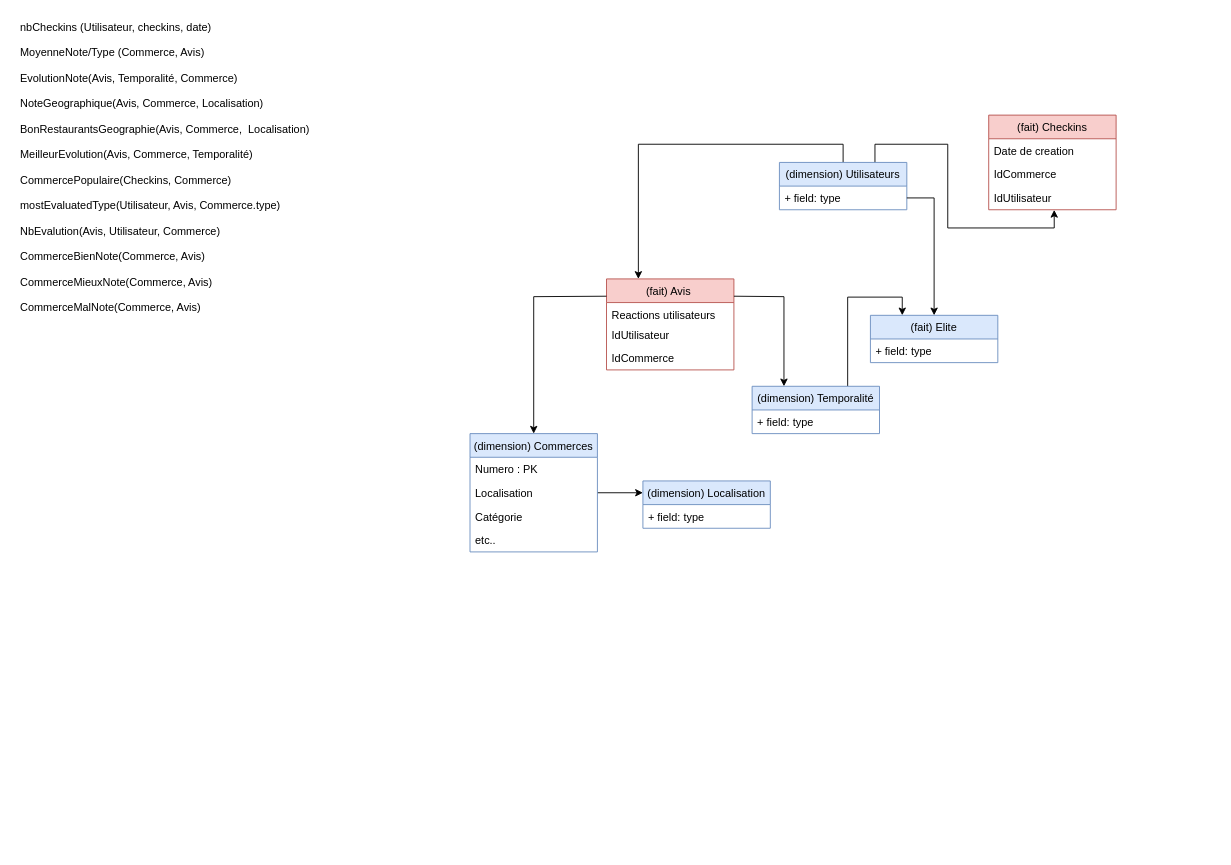
This is structure.drawio from FC-Dijkstra/YelpETL, a draw.io file, before an edit. Source tidied: cells renumbered, new cells numbered last; positions are measured from the earlier drawing's top-left corner, leaving out a move shared by most shapes. Both pictures are drawn from the tidied source at 91%, with x=0, y=0 at pixel (15, 15).
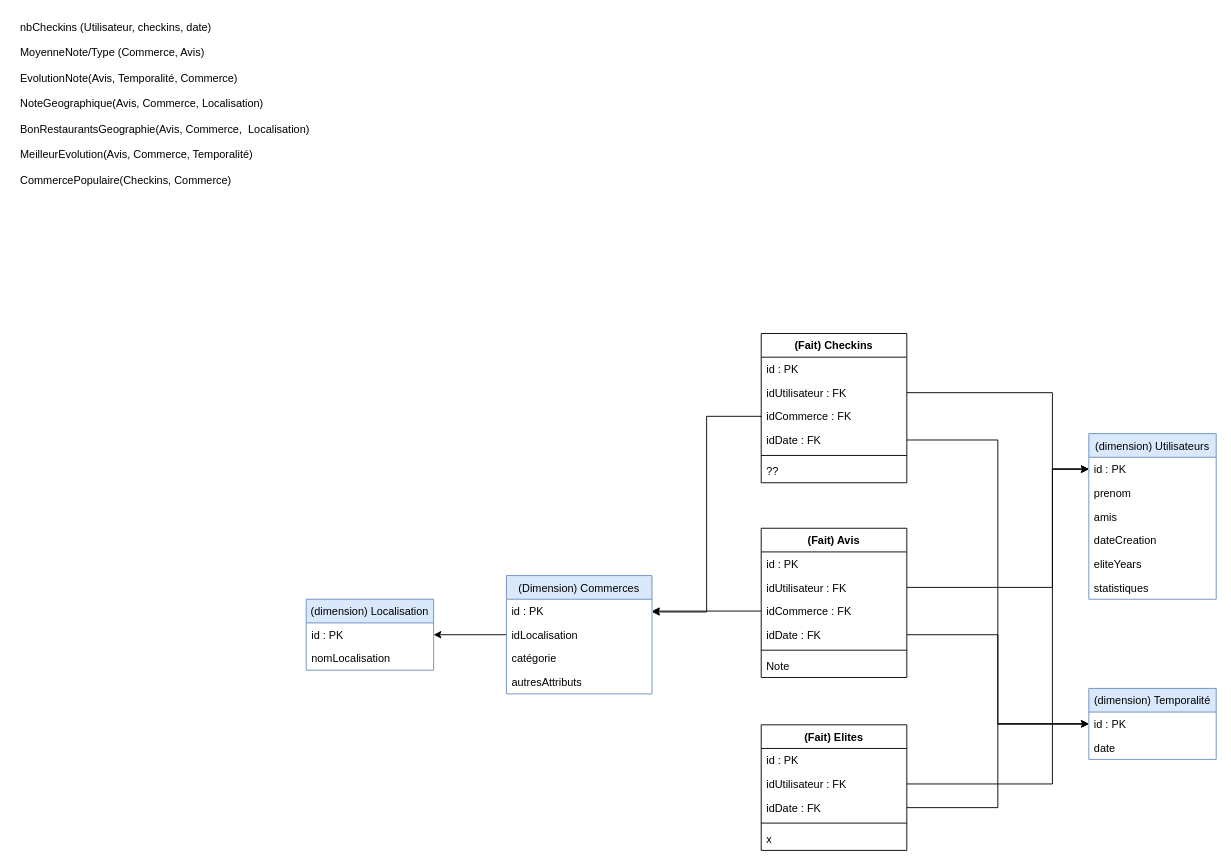
The same diagram, later.

The edit, as a diff of the source:
```diff
@@
-    <mxCell id="2" value="(fait) Avis " style="swimlane;fontStyle=0;horizontal=1;startSize=26;fillColor=#f8cecc;strokeColor=#b85450;" parent="1" vertex="1">
-      <mxGeometry x="650" y="290" width="140" height="100" as="geometry" />
-    </mxCell>
-    <mxCell id="3" value="Reactions utilisateurs" style="text;strokeColor=none;fillColor=none;align=left;verticalAlign=top;spacingLeft=4;spacingRight=4;overflow=hidden;" parent="2" vertex="1">
-      <mxGeometry y="26" width="140" height="22" as="geometry" />
-    </mxCell>
-    <mxCell id="4" value="IdUtilisateur" style="text;strokeColor=none;fillColor=none;align=left;verticalAlign=top;spacingLeft=4;spacingRight=4;overflow=hidden;" parent="2" vertex="1">
-      <mxGeometry y="48" width="140" height="26" as="geometry" />
-    </mxCell>
-    <mxCell id="5" value="IdCommerce" style="text;strokeColor=none;fillColor=none;align=left;verticalAlign=top;spacingLeft=4;spacingRight=4;overflow=hidden;" parent="2" vertex="1">
-      <mxGeometry y="74" width="140" height="26" as="geometry" />
-    </mxCell>
-    <mxCell id="6" value="(fait) Checkins" style="swimlane;fontStyle=0;horizontal=1;startSize=26;fillColor=#f8cecc;strokeColor=#b85450;" parent="1" vertex="1">
-      <mxGeometry x="1070" y="110" width="140" height="104" as="geometry" />
-    </mxCell>
-    <mxCell id="7" value="Date de creation" style="text;strokeColor=none;fillColor=none;align=left;verticalAlign=top;spacingLeft=4;spacingRight=4;overflow=hidden;" parent="6" vertex="1">
-      <mxGeometry y="26" width="140" height="26" as="geometry" />
-    </mxCell>
-    <mxCell id="8" value="IdCommerce" style="text;strokeColor=none;fillColor=none;align=left;verticalAlign=top;spacingLeft=4;spacingRight=4;overflow=hidden;" parent="6" vertex="1">
-      <mxGeometry y="52" width="140" height="26" as="geometry" />
-    </mxCell>
-    <mxCell id="9" value="IdUtilisateur" style="text;strokeColor=none;fillColor=none;align=left;verticalAlign=top;spacingLeft=4;spacingRight=4;overflow=hidden;points=[[0,0.5],[1,0.5]];portConstraint=eastwest;" parent="6" vertex="1">
-      <mxGeometry y="78" width="140" height="26" as="geometry" />
-    </mxCell>
-    <mxCell id="10" style="edgeStyle=orthogonalEdgeStyle;rounded=0;jettySize=auto;html=1;entryX=0;entryY=0.25;entryDx=0;entryDy=0;" parent="1" edge="1" source="11" target="16">
+    <mxCell id="10" style="edgeStyle=orthogonalEdgeStyle;rounded=0;jettySize=auto;html=1;entryX=1;entryY=0.5;entryDx=0;entryDy=0;" parent="1" edge="1" source="11" target="16">
       <mxGeometry relative="1" as="geometry" />
     </mxCell>
-    <mxCell id="11" value="(dimension) Commerces" style="swimlane;fontStyle=0;horizontal=1;startSize=26;fillColor=#dae8fc;strokeColor=#6c8ebf;" parent="1" vertex="1">
-      <mxGeometry x="500" y="460" width="140" height="130" as="geometry" />
+    <mxCell id="11" value="(Dimension) Commerces" style="swimlane;fontStyle=0;horizontal=1;startSize=26;fillColor=#dae8fc;strokeColor=#6c8ebf;" parent="1" vertex="1">
+      <mxGeometry x="540" y="616" width="160" height="130" as="geometry" />
     </mxCell>
-    <mxCell id="12" value="Numero : PK" style="text;strokeColor=none;fillColor=none;align=left;verticalAlign=top;spacingLeft=4;spacingRight=4;overflow=hidden;points=[[0,0.5],[1,0.5]];portConstraint=eastwest;" parent="11" vertex="1">
-      <mxGeometry y="26" width="140" height="26" as="geometry" />
+    <mxCell id="12" value="id : PK" style="text;strokeColor=none;fillColor=none;align=left;verticalAlign=top;spacingLeft=4;spacingRight=4;overflow=hidden;points=[[0,0.5],[1,0.5]];portConstraint=eastwest;" parent="11" vertex="1">
+      <mxGeometry y="26" width="160" height="26" as="geometry" />
     </mxCell>
-    <mxCell id="13" value="Localisation&#10;" style="text;strokeColor=none;fillColor=none;align=left;verticalAlign=top;spacingLeft=4;spacingRight=4;overflow=hidden;" parent="11" vertex="1">
-      <mxGeometry y="52" width="140" height="26" as="geometry" />
+    <mxCell id="13" value="idLocalisation" style="text;strokeColor=none;fillColor=none;align=left;verticalAlign=top;spacingLeft=4;spacingRight=4;overflow=hidden;" parent="11" vertex="1">
+      <mxGeometry y="52" width="160" height="26" as="geometry" />
     </mxCell>
-    <mxCell id="14" value="Catégorie" style="text;strokeColor=none;fillColor=none;align=left;verticalAlign=top;spacingLeft=4;spacingRight=4;overflow=hidden;" parent="11" vertex="1">
-      <mxGeometry y="78" width="140" height="26" as="geometry" />
+    <mxCell id="14" value="catégorie" style="text;strokeColor=none;fillColor=none;align=left;verticalAlign=top;spacingLeft=4;spacingRight=4;overflow=hidden;" parent="11" vertex="1">
+      <mxGeometry y="78" width="160" height="26" as="geometry" />
     </mxCell>
-    <mxCell id="15" value="etc.." style="text;strokeColor=none;fillColor=none;align=left;verticalAlign=top;spacingLeft=4;spacingRight=4;overflow=hidden;" parent="11" vertex="1">
-      <mxGeometry y="104" width="140" height="26" as="geometry" />
+    <mxCell id="15" value="autresAttributs" style="text;strokeColor=none;fillColor=none;align=left;verticalAlign=top;spacingLeft=4;spacingRight=4;overflow=hidden;" parent="11" vertex="1">
+      <mxGeometry y="104" width="160" height="26" as="geometry" />
     </mxCell>
     <mxCell id="16" value="(dimension) Localisation" style="swimlane;fontStyle=0;horizontal=1;startSize=26;fillColor=#dae8fc;strokeColor=#6c8ebf;" parent="1" vertex="1">
-      <mxGeometry x="690" y="512" width="140" height="52" as="geometry" />
+      <mxGeometry x="320" y="642" width="140" height="78" as="geometry" />
     </mxCell>
-    <mxCell id="17" value="+ field: type" style="text;strokeColor=none;fillColor=none;align=left;verticalAlign=top;spacingLeft=4;spacingRight=4;overflow=hidden;" parent="16" vertex="1">
+    <mxCell id="17" value="id : PK" style="text;strokeColor=none;fillColor=none;align=left;verticalAlign=top;spacingLeft=4;spacingRight=4;overflow=hidden;" parent="16" vertex="1">
       <mxGeometry y="26" width="140" height="26" as="geometry" />
     </mxCell>
-    <mxCell id="18" style="edgeStyle=orthogonalEdgeStyle;rounded=0;jettySize=auto;html=1;exitX=0.75;exitY=0;exitDx=0;exitDy=0;entryX=0.25;entryY=0;entryDx=0;entryDy=0;" parent="1" edge="1" source="19" target="25">
-      <mxGeometry relative="1" as="geometry" />
-    </mxCell>
+    <mxCell id="31" value="nomLocalisation" style="text;strokeColor=none;fillColor=none;align=left;verticalAlign=top;spacingLeft=4;spacingRight=4;overflow=hidden;" parent="16" vertex="1">
+      <mxGeometry y="52" width="140" height="26" as="geometry" />
+    </mxCell>
     <mxCell id="19" value="(dimension) Temporalité" style="swimlane;fontStyle=0;horizontal=1;startSize=26;fillColor=#dae8fc;strokeColor=#6c8ebf;" parent="1" vertex="1">
-      <mxGeometry x="810" y="408" width="140" height="52" as="geometry" />
+      <mxGeometry x="1180" y="740" width="140" height="78" as="geometry" />
     </mxCell>
-    <mxCell id="20" value="+ field: type" style="text;strokeColor=none;fillColor=none;align=left;verticalAlign=top;spacingLeft=4;spacingRight=4;overflow=hidden;points=[[0,0.5],[1,0.5]];portConstraint=eastwest;" parent="19" vertex="1">
+    <mxCell id="20" value="id : PK" style="text;strokeColor=none;fillColor=none;align=left;verticalAlign=top;spacingLeft=4;spacingRight=4;overflow=hidden;points=[[0,0.5],[1,0.5]];portConstraint=eastwest;" parent="19" vertex="1">
       <mxGeometry y="26" width="140" height="26" as="geometry" />
     </mxCell>
-    <mxCell id="21" style="edgeStyle=orthogonalEdgeStyle;rounded=0;jettySize=auto;html=1;exitX=0.5;exitY=0;exitDx=0;exitDy=0;entryX=0.25;entryY=0;entryDx=0;entryDy=0;" parent="1" edge="1" source="23" target="2">
-      <mxGeometry relative="1" as="geometry" />
-    </mxCell>
-    <mxCell id="22" style="edgeStyle=orthogonalEdgeStyle;rounded=0;jettySize=auto;html=1;exitX=0.75;exitY=0;exitDx=0;exitDy=0;entryX=0.514;entryY=1.006;entryDx=0;entryDy=0;entryPerimeter=0;" parent="1" edge="1" source="23" target="9">
-      <mxGeometry relative="1" as="geometry" />
-    </mxCell>
+    <mxCell id="32" value="date" style="text;strokeColor=none;fillColor=none;align=left;verticalAlign=top;spacingLeft=4;spacingRight=4;overflow=hidden;" parent="19" vertex="1">
+      <mxGeometry y="52" width="140" height="26" as="geometry" />
+    </mxCell>
     <mxCell id="23" value="(dimension) Utilisateurs" style="swimlane;fontStyle=0;horizontal=1;startSize=26;fillColor=#dae8fc;strokeColor=#6c8ebf;" parent="1" vertex="1">
-      <mxGeometry x="840" y="162" width="140" height="52" as="geometry" />
+      <mxGeometry x="1180" y="460" width="140" height="182" as="geometry" />
     </mxCell>
-    <mxCell id="24" value="+ field: type" style="text;strokeColor=none;fillColor=none;align=left;verticalAlign=top;spacingLeft=4;spacingRight=4;overflow=hidden;points=[[0,0.5],[1,0.5]];portConstraint=eastwest;" parent="23" vertex="1">
+    <mxCell id="24" value="id : PK&#10;" style="text;strokeColor=none;fillColor=none;align=left;verticalAlign=top;spacingLeft=4;spacingRight=4;overflow=hidden;points=[[0,0.5],[1,0.5]];portConstraint=eastwest;" parent="23" vertex="1">
       <mxGeometry y="26" width="140" height="26" as="geometry" />
     </mxCell>
-    <mxCell id="25" value="(fait) Elite" style="swimlane;fontStyle=0;horizontal=1;startSize=26;fillColor=#dae8fc;strokeColor=#6c8ebf;" parent="1" vertex="1">
-      <mxGeometry x="940" y="330" width="140" height="52" as="geometry" />
-    </mxCell>
-    <mxCell id="26" value="+ field: type" style="text;strokeColor=none;fillColor=none;align=left;verticalAlign=top;spacingLeft=4;spacingRight=4;overflow=hidden;" parent="25" vertex="1">
-      <mxGeometry y="26" width="140" height="26" as="geometry" />
-    </mxCell>
+    <mxCell id="33" value="prenom" style="text;strokeColor=none;fillColor=none;align=left;verticalAlign=top;spacingLeft=4;spacingRight=4;overflow=hidden;" parent="23" vertex="1">
+      <mxGeometry y="52" width="140" height="26" as="geometry" />
+    </mxCell>
+    <mxCell id="34" value="amis" style="text;strokeColor=none;fillColor=none;align=left;verticalAlign=top;spacingLeft=4;spacingRight=4;overflow=hidden;" parent="23" vertex="1">
+      <mxGeometry y="78" width="140" height="26" as="geometry" />
+    </mxCell>
+    <mxCell id="35" value="dateCreation" style="text;strokeColor=none;fillColor=none;align=left;verticalAlign=top;spacingLeft=4;spacingRight=4;overflow=hidden;" parent="23" vertex="1">
+      <mxGeometry y="104" width="140" height="26" as="geometry" />
+    </mxCell>
+    <mxCell id="36" value="eliteYears" style="text;strokeColor=none;fillColor=none;align=left;verticalAlign=top;spacingLeft=4;spacingRight=4;overflow=hidden;" parent="23" vertex="1">
+      <mxGeometry y="130" width="140" height="26" as="geometry" />
+    </mxCell>
+    <mxCell id="37" value="statistiques" style="text;strokeColor=none;fillColor=none;align=left;verticalAlign=top;spacingLeft=4;spacingRight=4;overflow=hidden;" parent="23" vertex="1">
+      <mxGeometry y="156" width="140" height="26" as="geometry" />
+    </mxCell>
-    <mxCell id="27" style="edgeStyle=orthogonalEdgeStyle;rounded=0;jettySize=auto;html=1;exitX=0;exitY=0.5;exitDx=0;exitDy=0;entryX=0.5;entryY=0;entryDx=0;entryDy=0;" parent="1" edge="1" target="11">
-      <mxGeometry relative="1" as="geometry">
-        <mxPoint x="650" y="309" as="sourcePoint" />
-      </mxGeometry>
+    <mxCell id="27" style="edgeStyle=orthogonalEdgeStyle;rounded=0;jettySize=auto;html=1;exitX=0;exitY=0.5;exitDx=0;exitDy=0;entryX=1;entryY=0.5;entryDx=0;entryDy=0;" parent="1" edge="1" source="41" target="12">
+      <mxGeometry relative="1" as="geometry" />
     </mxCell>
-    <mxCell id="28" style="edgeStyle=orthogonalEdgeStyle;rounded=0;jettySize=auto;html=1;exitX=1;exitY=0.5;exitDx=0;exitDy=0;entryX=0.25;entryY=0;entryDx=0;entryDy=0;" parent="1" edge="1" target="19">
-      <mxGeometry relative="1" as="geometry">
-        <mxPoint x="790" y="309" as="sourcePoint" />
-      </mxGeometry>
-    </mxCell>
-    <mxCell id="29" value="nbCheckins (Utilisateur, checkins, date)&#10;&#10;MoyenneNote/Type (Commerce, Avis)&#10;&#10;EvolutionNote(Avis, Temporalité, Commerce)&#10;&#10;NoteGeographique(Avis, Commerce, Localisation)&#10;&#10;BonRestaurantsGeographie(Avis, Commerce,  Localisation)&#10;&#10;MeilleurEvolution(Avis, Commerce, Temporalité)&#10;&#10;CommercePopulaire(Checkins, Commerce)&#10;&#10;mostEvaluatedType(Utilisateur, Avis, Commerce.type)&#10;&#10;NbEvalution(Avis, Utilisateur, Commerce)&#10;&#10;CommerceBienNote(Commerce, Avis)&#10;&#10;CommerceMieuxNote(Commerce, Avis)&#10;&#10;CommerceMalNote(Commerce, Avis)" style="text;strokeColor=none;fillColor=none;align=left;verticalAlign=top;spacingLeft=4;spacingRight=4;overflow=hidden;" parent="1" vertex="1">
+    <mxCell id="29" value="nbCheckins (Utilisateur, checkins, date)&#10;&#10;MoyenneNote/Type (Commerce, Avis)&#10;&#10;EvolutionNote(Avis, Temporalité, Commerce)&#10;&#10;NoteGeographique(Avis, Commerce, Localisation)&#10;&#10;BonRestaurantsGeographie(Avis, Commerce,  Localisation)&#10;&#10;MeilleurEvolution(Avis, Commerce, Temporalité)&#10;&#10;CommercePopulaire(Checkins, Commerce)&#10;&#10;" style="text;strokeColor=none;fillColor=none;align=left;verticalAlign=top;spacingLeft=4;spacingRight=4;overflow=hidden;" parent="1" vertex="1">
       <mxGeometry width="330" height="370" as="geometry" />
     </mxCell>
-    <mxCell id="30" style="edgeStyle=orthogonalEdgeStyle;rounded=0;jettySize=auto;html=1;exitX=1;exitY=0.5;exitDx=0;exitDy=0;entryX=0.5;entryY=0;entryDx=0;entryDy=0;" parent="1" edge="1" source="24" target="25">
-      <mxGeometry relative="1" as="geometry" />
-    </mxCell>
+    <mxCell id="38" value="(Fait) Avis" style="swimlane;fontStyle=1;align=center;verticalAlign=top;horizontal=1;startSize=26;" parent="1" vertex="1">
+      <mxGeometry x="820" y="564" width="160" height="164" as="geometry" />
+    </mxCell>
+    <mxCell id="39" value="id : PK" style="text;strokeColor=none;fillColor=none;align=left;verticalAlign=top;spacingLeft=4;spacingRight=4;overflow=hidden;" parent="38" vertex="1">
+      <mxGeometry y="26" width="160" height="26" as="geometry" />
+    </mxCell>
+    <mxCell id="40" value="idUtilisateur : FK" style="text;strokeColor=none;fillColor=none;align=left;verticalAlign=top;spacingLeft=4;spacingRight=4;overflow=hidden;points=[[0,0.5],[1,0.5]];portConstraint=eastwest;" parent="38" vertex="1">
+      <mxGeometry y="52" width="160" height="26" as="geometry" />
+    </mxCell>
+    <mxCell id="41" value="idCommerce : FK" style="text;strokeColor=none;fillColor=none;align=left;verticalAlign=top;spacingLeft=4;spacingRight=4;overflow=hidden;points=[[0,0.5],[1,0.5]];portConstraint=eastwest;" parent="38" vertex="1">
+      <mxGeometry y="78" width="160" height="26" as="geometry" />
+    </mxCell>
+    <mxCell id="42" value="idDate : FK" style="text;strokeColor=none;fillColor=none;align=left;verticalAlign=top;spacingLeft=4;spacingRight=4;overflow=hidden;points=[[0,0.5],[1,0.5]];portConstraint=eastwest;" parent="38" vertex="1">
+      <mxGeometry y="104" width="160" height="26" as="geometry" />
+    </mxCell>
+    <mxCell id="43" style="line;strokeWidth=1;fillColor=none;align=left;verticalAlign=middle;spacingTop=-1;spacingLeft=3;spacingRight=3;labelPosition=right;strokeColor=inherit;" parent="38" vertex="1">
+      <mxGeometry y="130" width="160" height="8" as="geometry" />
+    </mxCell>
+    <mxCell id="44" value="Note" style="text;strokeColor=none;fillColor=none;align=left;verticalAlign=top;spacingLeft=4;spacingRight=4;overflow=hidden;" parent="38" vertex="1">
+      <mxGeometry y="138" width="160" height="26" as="geometry" />
+    </mxCell>
+    <mxCell id="45" style="edgeStyle=orthogonalEdgeStyle;rounded=0;jettySize=auto;html=1;entryX=0;entryY=0.5;entryDx=0;entryDy=0;" parent="1" edge="1" source="42" target="20">
+      <mxGeometry relative="1" as="geometry" />
+    </mxCell>
+    <mxCell id="46" value="(Fait) Checkins" style="swimlane;fontStyle=1;align=center;verticalAlign=top;horizontal=1;startSize=26;" parent="1" vertex="1">
+      <mxGeometry x="820" y="350" width="160" height="164" as="geometry" />
+    </mxCell>
+    <mxCell id="47" value="id : PK" style="text;strokeColor=none;fillColor=none;align=left;verticalAlign=top;spacingLeft=4;spacingRight=4;overflow=hidden;" parent="46" vertex="1">
+      <mxGeometry y="26" width="160" height="26" as="geometry" />
+    </mxCell>
+    <mxCell id="48" value="idUtilisateur : FK" style="text;strokeColor=none;fillColor=none;align=left;verticalAlign=top;spacingLeft=4;spacingRight=4;overflow=hidden;points=[[0,0.5],[1,0.5]];portConstraint=eastwest;" parent="46" vertex="1">
+      <mxGeometry y="52" width="160" height="26" as="geometry" />
+    </mxCell>
+    <mxCell id="49" value="idCommerce : FK" style="text;strokeColor=none;fillColor=none;align=left;verticalAlign=top;spacingLeft=4;spacingRight=4;overflow=hidden;" parent="46" vertex="1">
+      <mxGeometry y="78" width="160" height="26" as="geometry" />
+    </mxCell>
+    <mxCell id="50" value="idDate : FK" style="text;strokeColor=none;fillColor=none;align=left;verticalAlign=top;spacingLeft=4;spacingRight=4;overflow=hidden;points=[[0,0.5],[1,0.5]];portConstraint=eastwest;" parent="46" vertex="1">
+      <mxGeometry y="104" width="160" height="26" as="geometry" />
+    </mxCell>
+    <mxCell id="51" style="line;strokeWidth=1;fillColor=none;align=left;verticalAlign=middle;spacingTop=-1;spacingLeft=3;spacingRight=3;labelPosition=right;strokeColor=inherit;" parent="46" vertex="1">
+      <mxGeometry y="130" width="160" height="8" as="geometry" />
+    </mxCell>
+    <mxCell id="52" value="??" style="text;strokeColor=none;fillColor=none;align=left;verticalAlign=top;spacingLeft=4;spacingRight=4;overflow=hidden;" parent="46" vertex="1">
+      <mxGeometry y="138" width="160" height="26" as="geometry" />
+    </mxCell>
+    <mxCell id="53" style="edgeStyle=orthogonalEdgeStyle;rounded=0;orthogonalLoop=1;jettySize=auto;html=1;entryX=1;entryY=0.5;entryDx=0;entryDy=0;exitX=0;exitY=0.5;exitDx=0;exitDy=0;" parent="1" edge="1">
+      <mxGeometry relative="1" as="geometry">
+        <mxPoint x="820" y="442" as="sourcePoint" />
+        <mxPoint x="700" y="656" as="targetPoint" />
+        <Array as="points">
+          <mxPoint x="760" y="441" />
+          <mxPoint x="760" y="656" />
+        </Array>
+      </mxGeometry>
+    </mxCell>
+    <mxCell id="54" value="(Fait) Elites" style="swimlane;fontStyle=1;align=center;verticalAlign=top;horizontal=1;startSize=26;" parent="1" vertex="1">
+      <mxGeometry x="820" y="780" width="160" height="138" as="geometry" />
+    </mxCell>
+    <mxCell id="55" value="id : PK" style="text;strokeColor=none;fillColor=none;align=left;verticalAlign=top;spacingLeft=4;spacingRight=4;overflow=hidden;" parent="54" vertex="1">
+      <mxGeometry y="26" width="160" height="26" as="geometry" />
+    </mxCell>
+    <mxCell id="56" value="idUtilisateur : FK" style="text;strokeColor=none;fillColor=none;align=left;verticalAlign=top;spacingLeft=4;spacingRight=4;overflow=hidden;points=[[0,0.5],[1,0.5]];portConstraint=eastwest;" parent="54" vertex="1">
+      <mxGeometry y="52" width="160" height="26" as="geometry" />
+    </mxCell>
+    <mxCell id="57" value="idDate : FK" style="text;strokeColor=none;fillColor=none;align=left;verticalAlign=top;spacingLeft=4;spacingRight=4;overflow=hidden;points=[[0,0.5],[1,0.5]];portConstraint=eastwest;" parent="54" vertex="1">
+      <mxGeometry y="78" width="160" height="26" as="geometry" />
+    </mxCell>
+    <mxCell id="58" style="line;strokeWidth=1;fillColor=none;align=left;verticalAlign=middle;spacingTop=-1;spacingLeft=3;spacingRight=3;labelPosition=right;strokeColor=inherit;" parent="54" vertex="1">
+      <mxGeometry y="104" width="160" height="8" as="geometry" />
+    </mxCell>
+    <mxCell id="59" value="x" style="text;strokeColor=none;fillColor=none;align=left;verticalAlign=top;spacingLeft=4;spacingRight=4;overflow=hidden;" parent="54" vertex="1">
+      <mxGeometry y="112" width="160" height="26" as="geometry" />
+    </mxCell>
+    <mxCell id="60" style="edgeStyle=orthogonalEdgeStyle;rounded=0;jettySize=auto;html=1;exitX=1;exitY=0.5;exitDx=0;exitDy=0;entryX=0;entryY=0.5;entryDx=0;entryDy=0;" parent="1" edge="1" source="57" target="20">
+      <mxGeometry relative="1" as="geometry" />
+    </mxCell>
+    <mxCell id="61" style="edgeStyle=orthogonalEdgeStyle;rounded=0;jettySize=auto;html=1;exitX=1;exitY=0.5;exitDx=0;exitDy=0;entryX=0;entryY=0.5;entryDx=0;entryDy=0;" parent="1" edge="1" source="50" target="20">
+      <mxGeometry relative="1" as="geometry" />
+    </mxCell>
+    <mxCell id="62" style="edgeStyle=orthogonalEdgeStyle;rounded=0;jettySize=auto;html=1;exitX=1;exitY=0.5;exitDx=0;exitDy=0;" parent="1" edge="1" source="56" target="24">
+      <mxGeometry relative="1" as="geometry">
+        <Array as="points">
+          <mxPoint x="1140" y="845" />
+          <mxPoint x="1140" y="499" />
+        </Array>
+      </mxGeometry>
+    </mxCell>
+    <mxCell id="63" style="edgeStyle=orthogonalEdgeStyle;rounded=0;jettySize=auto;html=1;exitX=1;exitY=0.5;exitDx=0;exitDy=0;entryX=0;entryY=0.5;entryDx=0;entryDy=0;" parent="1" edge="1" source="48" target="24">
+      <mxGeometry relative="1" as="geometry">
+        <Array as="points">
+          <mxPoint x="1140" y="415" />
+          <mxPoint x="1140" y="499" />
+        </Array>
+      </mxGeometry>
+    </mxCell>
+    <mxCell id="64" style="edgeStyle=orthogonalEdgeStyle;rounded=0;jettySize=auto;html=1;entryX=0;entryY=0.5;entryDx=0;entryDy=0;" parent="1" edge="1" source="40" target="24">
+      <mxGeometry relative="1" as="geometry">
+        <Array as="points">
+          <mxPoint x="1140" y="629" />
+          <mxPoint x="1140" y="499" />
+        </Array>
+      </mxGeometry>
+    </mxCell>
```
